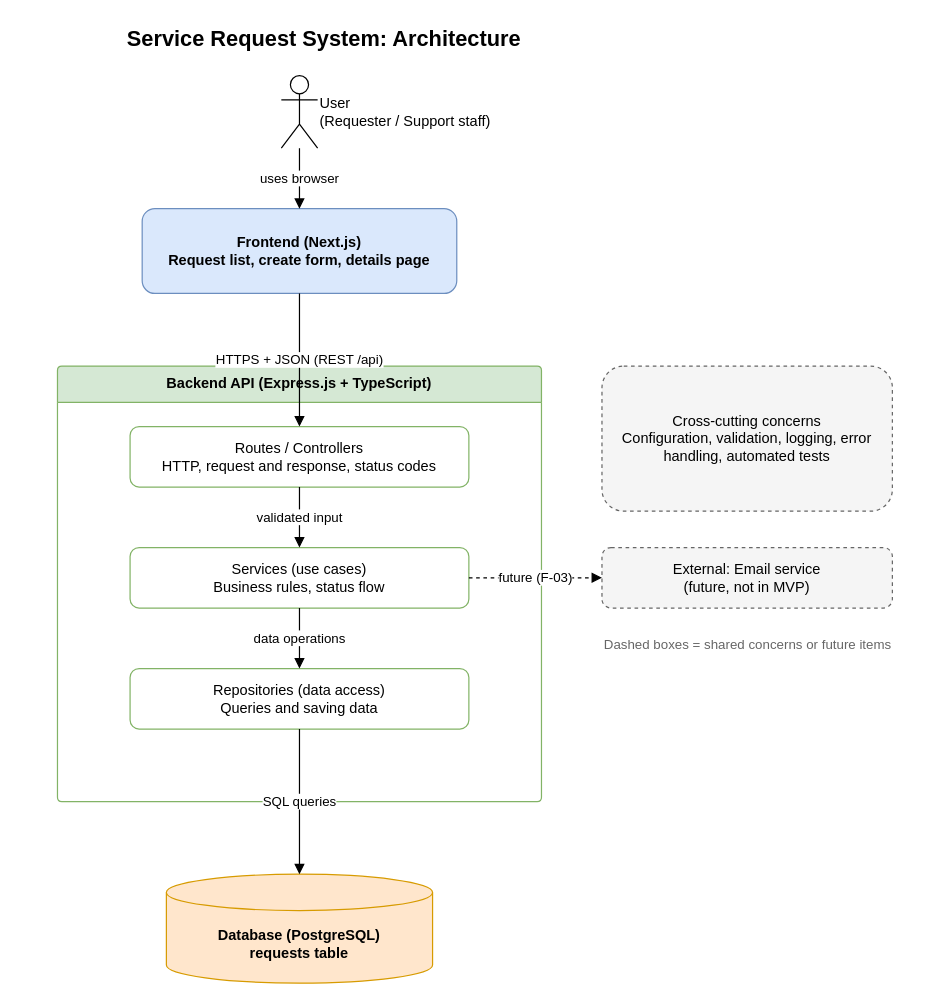
Earlier version of the draw.io diagram docs/architecture.drawio (nadeera365/Visionroot-Software-Engineering-Training). Source tidied: cells renumbered, new cells numbered last; positions are measured from the earlier drawing's top-left corner, leaving out a move shared by most shapes. Both pictures are drawn from the tidied source at 121%, with x=0, y=0 at pixel (21, 21).
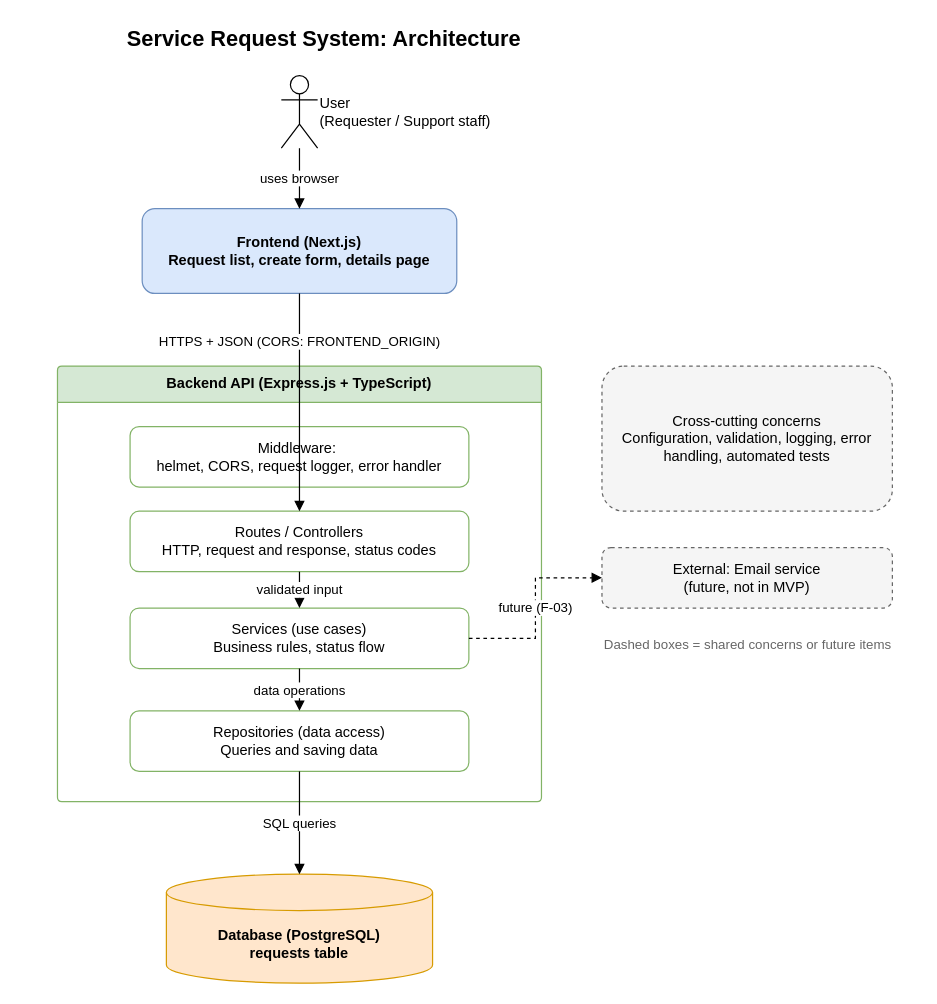
The same page after the edit.

The edit, as a diff of the source:
```diff
@@
 <mxGraphModel>
   <root>
     <mxCell id="0" />
     <mxCell id="1" parent="0" />
     <mxCell id="2" value="Service Request System: Architecture" style="text;html=1;align=center;verticalAlign=middle;fontSize=18;fontStyle=1;" parent="1" vertex="1">
       <mxGeometry width="500" height="30" as="geometry" />
     </mxCell>
     <mxCell id="3" value="User&lt;br&gt;(Requester / Support staff)" style="shape=umlActor;verticalLabelPosition=middle;labelPosition=right;align=left;verticalAlign=middle;html=1;outlineConnect=0;" parent="1" vertex="1">
       <mxGeometry x="215" y="45" width="30" height="60" as="geometry" />
     </mxCell>
     <mxCell id="4" value="Frontend (Next.js)&lt;br&gt;Request list, create form, details page" style="rounded=1;whiteSpace=wrap;html=1;fillColor=#dae8fc;strokeColor=#6c8ebf;fontStyle=1;" parent="1" vertex="1">
       <mxGeometry x="100" y="155" width="260" height="70" as="geometry" />
     </mxCell>
     <mxCell id="5" value="Backend API (Express.js + TypeScript)" style="swimlane;startSize=30;html=1;whiteSpace=wrap;fillColor=#d5e8d4;strokeColor=#82b366;fontStyle=1;rounded=1;arcSize=4;" parent="1" vertex="1">
       <mxGeometry x="30" y="285" width="400" height="360" as="geometry" />
     </mxCell>
     <mxCell id="6" value="Routes / Controllers&lt;br&gt;HTTP, request and response, status codes" style="rounded=1;whiteSpace=wrap;html=1;fillColor=#ffffff;strokeColor=#82b366;" parent="5" vertex="1">
-      <mxGeometry x="60" y="50" width="280" height="50" as="geometry" />
+      <mxGeometry x="60" y="120" width="280" height="50" as="geometry" />
     </mxCell>
     <mxCell id="7" value="Services (use cases)&lt;br&gt;Business rules, status flow" style="rounded=1;whiteSpace=wrap;html=1;fillColor=#ffffff;strokeColor=#82b366;" parent="5" vertex="1">
-      <mxGeometry x="60" y="150" width="280" height="50" as="geometry" />
+      <mxGeometry x="60" y="200" width="280" height="50" as="geometry" />
     </mxCell>
     <mxCell id="8" value="Repositories (data access)&lt;br&gt;Queries and saving data" style="rounded=1;whiteSpace=wrap;html=1;fillColor=#ffffff;strokeColor=#82b366;" parent="5" vertex="1">
-      <mxGeometry x="60" y="250" width="280" height="50" as="geometry" />
+      <mxGeometry x="60" y="285" width="280" height="50" as="geometry" />
     </mxCell>
+    <mxCell id="19" value="Middleware:&amp;nbsp;&lt;div&gt;helmet, CORS, request logger, error handler&lt;/div&gt;" style="rounded=1;whiteSpace=wrap;html=1;fillColor=#ffffff;strokeColor=#82b366;" parent="5" vertex="1">
+      <mxGeometry x="60" y="50" width="280" height="50" as="geometry" />
+    </mxCell>
     <mxCell id="9" value="Database (PostgreSQL)&lt;br&gt;requests table" style="shape=cylinder3;whiteSpace=wrap;html=1;boundedLbl=1;backgroundOutline=1;size=15;fillColor=#ffe6cc;strokeColor=#d79b00;fontStyle=1;" parent="1" vertex="1">
       <mxGeometry x="120" y="705" width="220" height="90" as="geometry" />
     </mxCell>
     <mxCell id="10" value="Cross-cutting concerns&lt;br&gt;Configuration, validation, logging, error handling, automated tests" style="rounded=1;whiteSpace=wrap;html=1;dashed=1;fillColor=#f5f5f5;strokeColor=#666666;" parent="1" vertex="1">
       <mxGeometry x="480" y="285" width="240" height="120" as="geometry" />
     </mxCell>
     <mxCell id="11" value="External: Email service&lt;br&gt;(future, not in MVP)" style="rounded=1;whiteSpace=wrap;html=1;dashed=1;fillColor=#f5f5f5;strokeColor=#666666;" parent="1" vertex="1">
       <mxGeometry x="480" y="435" width="240" height="50" as="geometry" />
     </mxCell>
     <mxCell id="12" value="Dashed boxes = shared concerns or future items" style="text;html=1;align=left;verticalAlign=middle;fontSize=11;fontColor=#666666;" parent="1" vertex="1">
       <mxGeometry x="480" y="505" width="260" height="20" as="geometry" />
     </mxCell>
     <mxCell id="13" value="uses browser" style="edgeStyle=orthogonalEdgeStyle;rounded=0;html=1;endArrow=block;endFill=1;labelBackgroundColor=#ffffff;" parent="1" edge="1" source="3" target="4">
       <mxGeometry relative="1" as="geometry" />
     </mxCell>
-    <mxCell id="14" value="HTTPS + JSON (REST /api)" style="edgeStyle=orthogonalEdgeStyle;rounded=0;html=1;endArrow=block;endFill=1;labelBackgroundColor=#ffffff;" parent="1" edge="1" source="4" target="6">
-      <mxGeometry relative="1" as="geometry" />
+    <mxCell id="14" value="HTTPS + JSON (CORS: FRONTEND_ORIGIN)" style="edgeStyle=orthogonalEdgeStyle;rounded=0;html=1;endArrow=block;endFill=1;labelBackgroundColor=#ffffff;" parent="1" edge="1" source="4" target="6">
+      <mxGeometry x="-0.56" relative="1" as="geometry" />
     </mxCell>
     <mxCell id="15" value="validated input" style="edgeStyle=orthogonalEdgeStyle;rounded=0;html=1;endArrow=block;endFill=1;labelBackgroundColor=#ffffff;" parent="1" edge="1" source="6" target="7">
       <mxGeometry relative="1" as="geometry" />
     </mxCell>
     <mxCell id="16" value="data operations" style="edgeStyle=orthogonalEdgeStyle;rounded=0;html=1;endArrow=block;endFill=1;labelBackgroundColor=#ffffff;" parent="1" edge="1" source="7" target="8">
       <mxGeometry relative="1" as="geometry" />
     </mxCell>
     <mxCell id="17" value="SQL queries" style="edgeStyle=orthogonalEdgeStyle;rounded=0;html=1;endArrow=block;endFill=1;labelBackgroundColor=#ffffff;" parent="1" edge="1" source="8" target="9">
       <mxGeometry relative="1" as="geometry" />
     </mxCell>
     <mxCell id="18" value="future (F-03)" style="edgeStyle=orthogonalEdgeStyle;rounded=0;html=1;dashed=1;endArrow=block;endFill=1;labelBackgroundColor=#ffffff;" parent="1" edge="1" source="7" target="11">
       <mxGeometry relative="1" as="geometry" />
     </mxCell>
   </root>
 </mxGraphModel>
```
